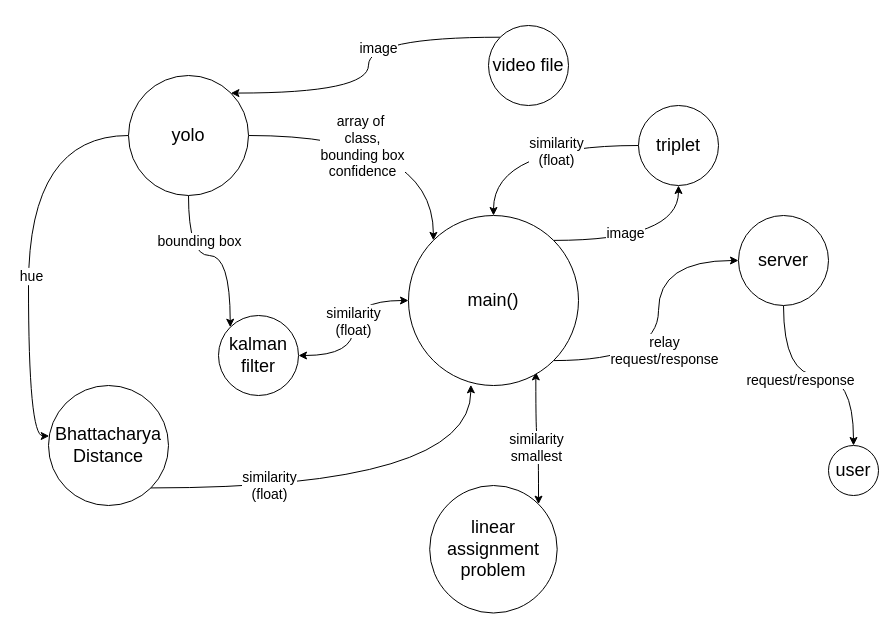
This is dd1.drawio from chauchausoup/major_diagrams, a draw.io file, before an edit. Source tidied: cells renumbered, new cells numbered last; positions are measured from the earlier drawing's top-left corner, leaving out a move shared by most shapes. Both pictures are drawn from the tidied source at 100%, with x=0, y=0 at pixel (48, 25).
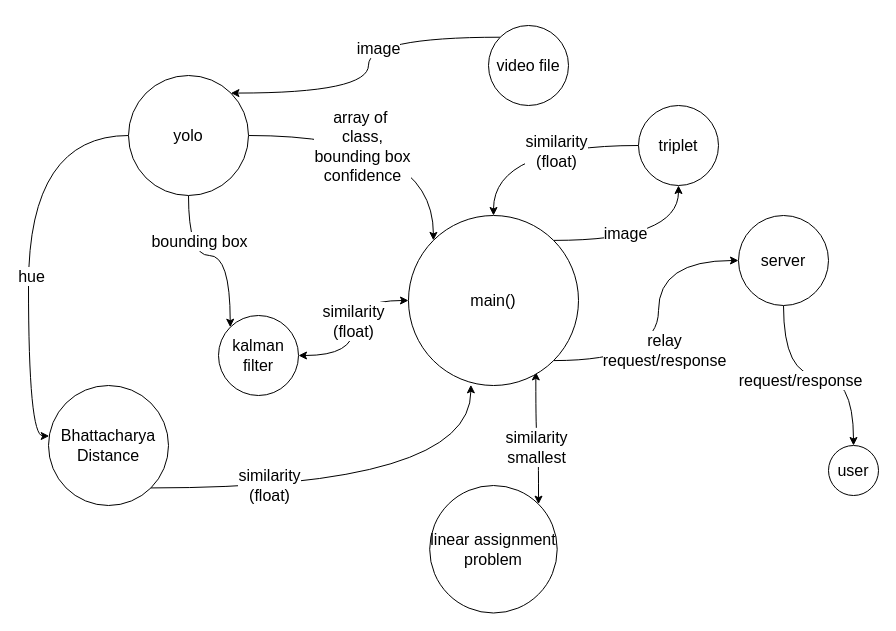
Above is the later version.

Change to the diagram source:
```diff
@@
-    <mxCell id="2" style="edgeStyle=orthogonalEdgeStyle;rounded=0;jettySize=auto;html=1;exitX=1;exitY=0.5;exitDx=0;exitDy=0;entryX=0;entryY=0;entryDx=0;entryDy=0;curved=1;" parent="1" edge="1" source="8" target="30">
+    <mxCell id="2" style="edgeStyle=orthogonalEdgeStyle;rounded=0;jettySize=auto;html=1;exitX=1;exitY=0.5;exitDx=0;exitDy=0;entryX=0;entryY=0;entryDx=0;entryDy=0;curved=1;spacing=2;fontSize=16;" parent="1" edge="1" source="8" target="30">
       <mxGeometry relative="1" as="geometry" />
     </mxCell>
-    <mxCell id="3" value="&lt;font style=&quot;font-size: 14px&quot;&gt;array of&amp;nbsp;&lt;br&gt;class,&lt;br&gt;bounding box&lt;br&gt;confidence&lt;/font&gt;" style="edgeLabel;html=1;align=center;verticalAlign=middle;" parent="2" vertex="1">
+    <mxCell id="3" value="&lt;font style=&quot;font-size: 16px;&quot;&gt;array of&amp;nbsp;&lt;br style=&quot;font-size: 16px;&quot;&gt;class,&lt;br style=&quot;font-size: 16px;&quot;&gt;bounding box&lt;br style=&quot;font-size: 16px;&quot;&gt;confidence&lt;/font&gt;" style="edgeLabel;html=1;align=center;verticalAlign=middle;spacing=2;fontSize=16;" parent="2" vertex="1">
       <mxGeometry x="-0.22" y="-10" relative="1" as="geometry" />
     </mxCell>
-    <mxCell id="4" style="edgeStyle=orthogonalEdgeStyle;rounded=0;jettySize=auto;html=1;entryX=0.006;entryY=0.421;entryDx=0;entryDy=0;exitX=0;exitY=0.5;exitDx=0;exitDy=0;entryPerimeter=0;curved=1;" parent="1" edge="1" source="8" target="33">
+    <mxCell id="4" style="edgeStyle=orthogonalEdgeStyle;rounded=0;jettySize=auto;html=1;entryX=0.006;entryY=0.421;entryDx=0;entryDy=0;exitX=0;exitY=0.5;exitDx=0;exitDy=0;entryPerimeter=0;curved=1;spacing=2;fontSize=16;" parent="1" edge="1" source="8" target="33">
       <mxGeometry relative="1" as="geometry" />
     </mxCell>
-    <mxCell id="5" value="&lt;span style=&quot;font-size: 14px&quot;&gt;hue&lt;/span&gt;" style="edgeLabel;html=1;align=center;verticalAlign=middle;" parent="4" vertex="1">
+    <mxCell id="5" value="&lt;span style=&quot;font-size: 16px;&quot;&gt;hue&lt;/span&gt;" style="edgeLabel;html=1;align=center;verticalAlign=middle;spacing=2;fontSize=16;" parent="4" vertex="1">
       <mxGeometry x="0.14" y="2" relative="1" as="geometry" />
     </mxCell>
-    <mxCell id="6" style="edgeStyle=orthogonalEdgeStyle;curved=1;rounded=0;jettySize=auto;html=1;exitX=0.5;exitY=1;exitDx=0;exitDy=0;entryX=0;entryY=0;entryDx=0;entryDy=0;" parent="1" edge="1" source="8" target="19">
+    <mxCell id="6" style="edgeStyle=orthogonalEdgeStyle;curved=1;rounded=0;jettySize=auto;html=1;exitX=0.5;exitY=1;exitDx=0;exitDy=0;entryX=0;entryY=0;entryDx=0;entryDy=0;spacing=2;fontSize=16;" parent="1" edge="1" source="8" target="19">
       <mxGeometry relative="1" as="geometry" />
     </mxCell>
-    <mxCell id="7" value="&lt;span style=&quot;font-size: 14px&quot;&gt;bounding box&lt;br&gt;&lt;/span&gt;" style="edgeLabel;html=1;align=center;verticalAlign=middle;" parent="6" vertex="1">
+    <mxCell id="7" value="&lt;span style=&quot;font-size: 16px;&quot;&gt;bounding box&lt;br style=&quot;font-size: 16px;&quot;&gt;&lt;/span&gt;" style="edgeLabel;html=1;align=center;verticalAlign=middle;spacing=2;fontSize=16;" parent="6" vertex="1">
       <mxGeometry x="-0.48" y="10" relative="1" as="geometry" />
     </mxCell>
-    <mxCell id="8" value="&lt;font style=&quot;font-size: 18px&quot;&gt;yolo&lt;/font&gt;" style="ellipse;whiteSpace=wrap;html=1;" parent="1" vertex="1">
+    <mxCell id="8" value="&lt;font style=&quot;font-size: 16px;&quot;&gt;yolo&lt;/font&gt;" style="ellipse;whiteSpace=wrap;html=1;spacing=2;fontSize=16;" parent="1" vertex="1">
       <mxGeometry x="80" y="50" width="120" height="120" as="geometry" />
     </mxCell>
-    <mxCell id="9" style="edgeStyle=orthogonalEdgeStyle;rounded=0;jettySize=auto;html=1;exitX=1;exitY=0;exitDx=0;exitDy=0;entryX=0.749;entryY=0.92;entryDx=0;entryDy=0;entryPerimeter=0;curved=1;startArrow=classic;startFill=1;" parent="1" edge="1" source="11" target="30">
+    <mxCell id="9" style="edgeStyle=orthogonalEdgeStyle;rounded=0;jettySize=auto;html=1;exitX=1;exitY=0;exitDx=0;exitDy=0;entryX=0.749;entryY=0.92;entryDx=0;entryDy=0;entryPerimeter=0;curved=1;startArrow=classic;startFill=1;spacing=2;fontSize=16;" parent="1" edge="1" source="11" target="30">
       <mxGeometry relative="1" as="geometry" />
     </mxCell>
-    <mxCell id="10" value="&lt;span style=&quot;font-size: 14px&quot;&gt;similarity&lt;/span&gt;&lt;br style=&quot;font-size: 14px&quot;&gt;&lt;span style=&quot;font-size: 14px&quot;&gt;smallest&lt;/span&gt;" style="edgeLabel;html=1;align=center;verticalAlign=middle;" parent="9" vertex="1">
+    <mxCell id="10" value="&lt;span style=&quot;font-size: 16px;&quot;&gt;similarity&lt;/span&gt;&lt;br style=&quot;font-size: 16px;&quot;&gt;&lt;span style=&quot;font-size: 16px;&quot;&gt;smallest&lt;/span&gt;" style="edgeLabel;html=1;align=center;verticalAlign=middle;spacing=2;fontSize=16;" parent="9" vertex="1">
       <mxGeometry x="-0.16" y="3" relative="1" as="geometry" />
     </mxCell>
-    <mxCell id="11" value="&lt;font style=&quot;font-size: 18px&quot;&gt;linear assignment&lt;br&gt;problem&lt;br&gt;&lt;/font&gt;" style="ellipse;whiteSpace=wrap;html=1;" parent="1" vertex="1">
+    <mxCell id="11" value="&lt;font style=&quot;font-size: 16px;&quot;&gt;linear assignment&lt;br style=&quot;font-size: 16px;&quot;&gt;problem&lt;br style=&quot;font-size: 16px;&quot;&gt;&lt;/font&gt;" style="ellipse;whiteSpace=wrap;html=1;spacing=2;fontSize=16;" parent="1" vertex="1">
       <mxGeometry x="381.2" y="460" width="127.5" height="127.5" as="geometry" />
     </mxCell>
-    <mxCell id="12" style="edgeStyle=orthogonalEdgeStyle;rounded=0;jettySize=auto;html=1;exitX=0;exitY=0;exitDx=0;exitDy=0;entryX=1;entryY=0;entryDx=0;entryDy=0;curved=1;" parent="1" edge="1" source="15" target="8">
+    <mxCell id="12" style="edgeStyle=orthogonalEdgeStyle;rounded=0;jettySize=auto;html=1;exitX=0;exitY=0;exitDx=0;exitDy=0;entryX=1;entryY=0;entryDx=0;entryDy=0;curved=1;spacing=2;fontSize=16;" parent="1" edge="1" source="15" target="8">
       <mxGeometry relative="1" as="geometry" />
     </mxCell>
-    <mxCell id="13" value="&lt;font style=&quot;font-size: 14px&quot;&gt;image&lt;/font&gt;" style="edgeLabel;html=1;align=center;verticalAlign=middle;" parent="12" vertex="1">
+    <mxCell id="13" value="&lt;font style=&quot;font-size: 16px;&quot;&gt;image&lt;/font&gt;" style="edgeLabel;html=1;align=center;verticalAlign=middle;spacing=2;fontSize=16;" parent="12" vertex="1">
       <mxGeometry x="-0.12" y="9" relative="1" as="geometry" />
     </mxCell>
-    <mxCell id="14" value="&lt;font style=&quot;font-size: 18px&quot;&gt;&lt;br&gt;&lt;/font&gt;" style="edgeLabel;html=1;align=center;verticalAlign=middle;" parent="12" vertex="1">
+    <mxCell id="14" value="&lt;font style=&quot;font-size: 16px;&quot;&gt;&lt;br style=&quot;font-size: 16px;&quot;&gt;&lt;/font&gt;" style="edgeLabel;html=1;align=center;verticalAlign=middle;spacing=2;fontSize=16;" parent="12" vertex="1">
       <mxGeometry x="-0.12" y="9" relative="1" as="geometry">
         <mxPoint x="443.3" y="-20.7" as="offset" />
       </mxGeometry>
     </mxCell>
-    <mxCell id="15" value="&lt;font style=&quot;font-size: 18px&quot;&gt;video file&lt;/font&gt;" style="ellipse;whiteSpace=wrap;html=1;" parent="1" vertex="1">
+    <mxCell id="15" value="&lt;font style=&quot;font-size: 16px;&quot;&gt;video file&lt;/font&gt;" style="ellipse;whiteSpace=wrap;html=1;spacing=2;fontSize=16;" parent="1" vertex="1">
       <mxGeometry x="440" width="80" height="80" as="geometry" />
     </mxCell>
-    <mxCell id="16" value="&lt;font style=&quot;font-size: 18px&quot;&gt;user&lt;/font&gt;" style="ellipse;whiteSpace=wrap;html=1;" parent="1" vertex="1">
+    <mxCell id="16" value="&lt;font style=&quot;font-size: 16px;&quot;&gt;user&lt;/font&gt;" style="ellipse;whiteSpace=wrap;html=1;spacing=2;fontSize=16;" parent="1" vertex="1">
       <mxGeometry x="780" y="420" width="50" height="50" as="geometry" />
     </mxCell>
-    <mxCell id="17" style="edgeStyle=orthogonalEdgeStyle;rounded=0;jettySize=auto;html=1;exitX=1;exitY=0.5;exitDx=0;exitDy=0;entryX=0;entryY=0.5;entryDx=0;entryDy=0;curved=1;startArrow=classic;startFill=1;" parent="1" edge="1" source="19" target="30">
+    <mxCell id="17" style="edgeStyle=orthogonalEdgeStyle;rounded=0;jettySize=auto;html=1;exitX=1;exitY=0.5;exitDx=0;exitDy=0;entryX=0;entryY=0.5;entryDx=0;entryDy=0;curved=1;startArrow=classic;startFill=1;spacing=2;fontSize=16;" parent="1" edge="1" source="19" target="30">
       <mxGeometry relative="1" as="geometry" />
     </mxCell>
-    <mxCell id="18" value="&lt;span style=&quot;font-size: 14px&quot;&gt;similarity&lt;/span&gt;&lt;br style=&quot;font-size: 14px&quot;&gt;&lt;span style=&quot;font-size: 14px&quot;&gt;(float)&lt;/span&gt;" style="edgeLabel;html=1;align=center;verticalAlign=middle;" parent="17" vertex="1">
+    <mxCell id="18" value="&lt;span style=&quot;font-size: 16px;&quot;&gt;similarity&lt;/span&gt;&lt;br style=&quot;font-size: 16px;&quot;&gt;&lt;span style=&quot;font-size: 16px;&quot;&gt;(float)&lt;/span&gt;" style="edgeLabel;html=1;align=center;verticalAlign=middle;spacing=2;fontSize=16;" parent="17" vertex="1">
       <mxGeometry x="0.09" y="1" relative="1" as="geometry" />
     </mxCell>
-    <mxCell id="19" value="&lt;font style=&quot;font-size: 18px&quot;&gt;kalman filter&lt;/font&gt;" style="ellipse;whiteSpace=wrap;html=1;" parent="1" vertex="1">
+    <mxCell id="19" value="&lt;font style=&quot;font-size: 16px;&quot;&gt;kalman filter&lt;/font&gt;" style="ellipse;whiteSpace=wrap;html=1;spacing=2;fontSize=16;" parent="1" vertex="1">
       <mxGeometry x="170" y="290" width="80" height="80" as="geometry" />
     </mxCell>
-    <mxCell id="20" style="edgeStyle=orthogonalEdgeStyle;curved=1;rounded=0;jettySize=auto;html=1;exitX=0.5;exitY=1;exitDx=0;exitDy=0;startArrow=none;startFill=0;" parent="1" edge="1" source="22" target="16">
+    <mxCell id="20" style="edgeStyle=orthogonalEdgeStyle;curved=1;rounded=0;jettySize=auto;html=1;exitX=0.5;exitY=1;exitDx=0;exitDy=0;startArrow=none;startFill=0;spacing=2;fontSize=16;" parent="1" edge="1" source="22" target="16">
       <mxGeometry relative="1" as="geometry" />
     </mxCell>
-    <mxCell id="21" value="&lt;span style=&quot;font-size: 14px&quot;&gt;request/response&lt;/span&gt;" style="edgeLabel;html=1;align=center;verticalAlign=middle;" parent="20" vertex="1">
+    <mxCell id="21" value="&lt;span style=&quot;font-size: 16px;&quot;&gt;request/response&lt;/span&gt;" style="edgeLabel;html=1;align=center;verticalAlign=middle;spacing=2;fontSize=16;" parent="20" vertex="1">
       <mxGeometry x="-0.18" y="-4" relative="1" as="geometry" />
     </mxCell>
-    <mxCell id="22" value="&lt;font style=&quot;font-size: 18px&quot;&gt;server&lt;/font&gt;" style="ellipse;whiteSpace=wrap;html=1;" parent="1" vertex="1">
+    <mxCell id="22" value="&lt;font style=&quot;font-size: 16px;&quot;&gt;server&lt;/font&gt;" style="ellipse;whiteSpace=wrap;html=1;spacing=2;fontSize=16;" parent="1" vertex="1">
       <mxGeometry x="690" y="190" width="90" height="90" as="geometry" />
     </mxCell>
-    <mxCell id="23" style="edgeStyle=orthogonalEdgeStyle;rounded=0;jettySize=auto;html=1;exitX=0;exitY=0.5;exitDx=0;exitDy=0;entryX=0.5;entryY=0;entryDx=0;entryDy=0;curved=1;" parent="1" edge="1" source="25" target="30">
+    <mxCell id="23" style="edgeStyle=orthogonalEdgeStyle;rounded=0;jettySize=auto;html=1;exitX=0;exitY=0.5;exitDx=0;exitDy=0;entryX=0.5;entryY=0;entryDx=0;entryDy=0;curved=1;spacing=2;fontSize=16;" parent="1" edge="1" source="25" target="30">
       <mxGeometry relative="1" as="geometry" />
     </mxCell>
-    <mxCell id="24" value="&lt;font style=&quot;font-size: 14px&quot;&gt;similarity&lt;br&gt;(float)&lt;/font&gt;" style="edgeLabel;html=1;align=center;verticalAlign=middle;" parent="23" vertex="1">
+    <mxCell id="24" value="&lt;font style=&quot;font-size: 16px;&quot;&gt;similarity&lt;br style=&quot;font-size: 16px;&quot;&gt;(float)&lt;/font&gt;" style="edgeLabel;html=1;align=center;verticalAlign=middle;spacing=2;fontSize=16;" parent="23" vertex="1">
       <mxGeometry x="-0.23" y="5" relative="1" as="geometry" />
     </mxCell>
-    <mxCell id="25" value="&lt;font style=&quot;font-size: 18px&quot;&gt;triplet&lt;/font&gt;" style="ellipse;whiteSpace=wrap;html=1;" parent="1" vertex="1">
+    <mxCell id="25" value="&lt;font style=&quot;font-size: 16px;&quot;&gt;triplet&lt;/font&gt;" style="ellipse;whiteSpace=wrap;html=1;spacing=2;fontSize=16;" parent="1" vertex="1">
       <mxGeometry x="590" y="80" width="80" height="80" as="geometry" />
     </mxCell>
-    <mxCell id="26" style="edgeStyle=orthogonalEdgeStyle;rounded=0;jettySize=auto;html=1;exitX=1;exitY=0;exitDx=0;exitDy=0;entryX=0.5;entryY=1;entryDx=0;entryDy=0;curved=1;" parent="1" edge="1" source="30" target="25">
+    <mxCell id="26" style="edgeStyle=orthogonalEdgeStyle;rounded=0;jettySize=auto;html=1;exitX=1;exitY=0;exitDx=0;exitDy=0;entryX=0.5;entryY=1;entryDx=0;entryDy=0;curved=1;spacing=2;fontSize=16;" parent="1" edge="1" source="30" target="25">
       <mxGeometry relative="1" as="geometry" />
     </mxCell>
-    <mxCell id="27" value="&lt;font style=&quot;font-size: 14px&quot;&gt;image&lt;/font&gt;" style="edgeLabel;html=1;align=center;verticalAlign=middle;" parent="26" vertex="1">
+    <mxCell id="27" value="&lt;font style=&quot;font-size: 16px;&quot;&gt;image&lt;/font&gt;" style="edgeLabel;html=1;align=center;verticalAlign=middle;spacing=2;fontSize=16;" parent="26" vertex="1">
       <mxGeometry x="-0.21" y="7" relative="1" as="geometry" />
     </mxCell>
-    <mxCell id="28" style="edgeStyle=orthogonalEdgeStyle;rounded=0;jettySize=auto;html=1;exitX=1;exitY=1;exitDx=0;exitDy=0;entryX=0;entryY=0.5;entryDx=0;entryDy=0;curved=1;" parent="1" edge="1" source="30" target="22">
+    <mxCell id="28" style="edgeStyle=orthogonalEdgeStyle;rounded=0;jettySize=auto;html=1;exitX=1;exitY=1;exitDx=0;exitDy=0;entryX=0;entryY=0.5;entryDx=0;entryDy=0;curved=1;spacing=2;fontSize=16;" parent="1" edge="1" source="30" target="22">
       <mxGeometry relative="1" as="geometry" />
     </mxCell>
-    <mxCell id="29" value="&lt;span style=&quot;font-size: 14px&quot;&gt;relay &lt;br&gt;request/response&lt;/span&gt;" style="edgeLabel;html=1;align=center;verticalAlign=middle;" parent="28" vertex="1">
+    <mxCell id="29" value="&lt;span style=&quot;font-size: 16px;&quot;&gt;relay &lt;br style=&quot;font-size: 16px;&quot;&gt;request/response&lt;/span&gt;" style="edgeLabel;html=1;align=center;verticalAlign=middle;spacing=2;fontSize=16;" parent="28" vertex="1">
       <mxGeometry x="-0.19" y="-5" relative="1" as="geometry" />
     </mxCell>
-    <mxCell id="30" value="&lt;font style=&quot;font-size: 18px&quot;&gt;main()&lt;/font&gt;" style="ellipse;whiteSpace=wrap;html=1;" parent="1" vertex="1">
+    <mxCell id="30" value="&lt;font style=&quot;font-size: 16px;&quot;&gt;main()&lt;/font&gt;" style="ellipse;whiteSpace=wrap;html=1;spacing=2;fontSize=16;" parent="1" vertex="1">
       <mxGeometry x="360" y="190" width="170" height="170" as="geometry" />
     </mxCell>
-    <mxCell id="31" style="edgeStyle=orthogonalEdgeStyle;rounded=0;jettySize=auto;html=1;exitX=1;exitY=1;exitDx=0;exitDy=0;entryX=0.367;entryY=0.996;entryDx=0;entryDy=0;curved=1;entryPerimeter=0;" parent="1" edge="1" source="33" target="30">
+    <mxCell id="31" style="edgeStyle=orthogonalEdgeStyle;rounded=0;jettySize=auto;html=1;exitX=1;exitY=1;exitDx=0;exitDy=0;entryX=0.367;entryY=0.996;entryDx=0;entryDy=0;curved=1;entryPerimeter=0;spacing=2;fontSize=16;" parent="1" edge="1" source="33" target="30">
       <mxGeometry relative="1" as="geometry" />
     </mxCell>
-    <mxCell id="32" value="&lt;span style=&quot;font-size: 14px&quot;&gt;similarity&lt;/span&gt;&lt;br style=&quot;font-size: 14px&quot;&gt;&lt;span style=&quot;font-size: 14px&quot;&gt;(float)&lt;/span&gt;" style="edgeLabel;html=1;align=center;verticalAlign=middle;" parent="31" vertex="1">
+    <mxCell id="32" value="&lt;span style=&quot;font-size: 16px;&quot;&gt;similarity&lt;/span&gt;&lt;br style=&quot;font-size: 16px;&quot;&gt;&lt;span style=&quot;font-size: 16px;&quot;&gt;(float)&lt;/span&gt;" style="edgeLabel;html=1;align=center;verticalAlign=middle;spacing=2;fontSize=16;" parent="31" vertex="1">
       <mxGeometry x="-0.44" y="3" relative="1" as="geometry" />
     </mxCell>
-    <mxCell id="33" value="&lt;span style=&quot;font-size: 18px&quot;&gt;Bhattacharya&lt;br&gt;Distance&lt;br&gt;&lt;/span&gt;" style="ellipse;whiteSpace=wrap;html=1;" parent="1" vertex="1">
+    <mxCell id="33" value="&lt;span style=&quot;font-size: 16px;&quot;&gt;Bhattacharya&lt;br style=&quot;font-size: 16px;&quot;&gt;Distance&lt;br style=&quot;font-size: 16px;&quot;&gt;&lt;/span&gt;" style="ellipse;whiteSpace=wrap;html=1;spacing=2;fontSize=16;" parent="1" vertex="1">
       <mxGeometry y="360" width="120" height="120" as="geometry" />
     </mxCell>
```
